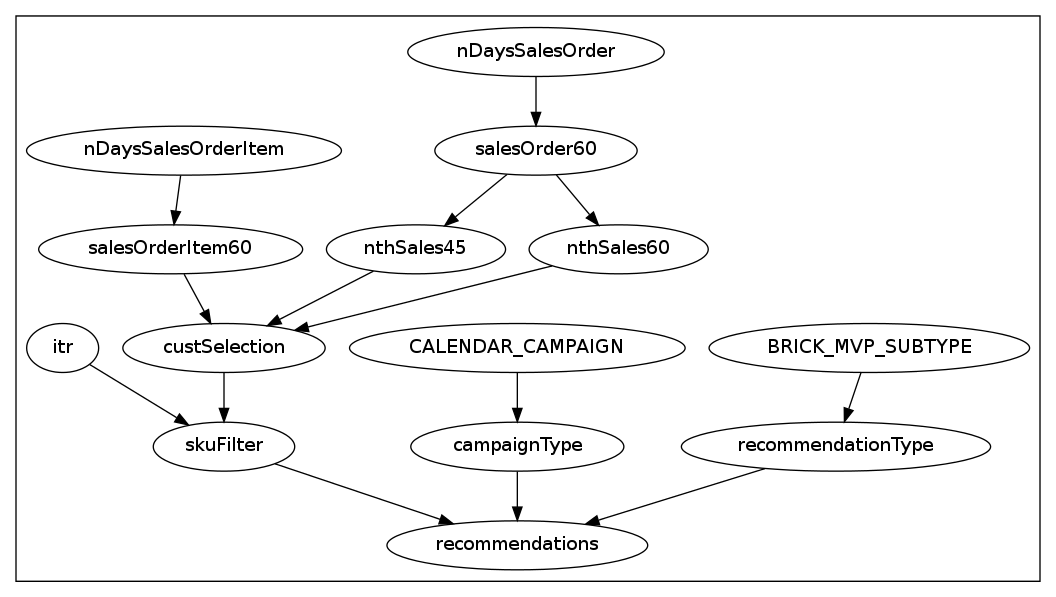
This is core/doc/campaigns/geoStyle/flow.png from kulashish/fashion_onto, a Graphviz export, as it was before one commit. Its source is kept beside it as core/doc/campaigns/geoStyle/flow.dot.
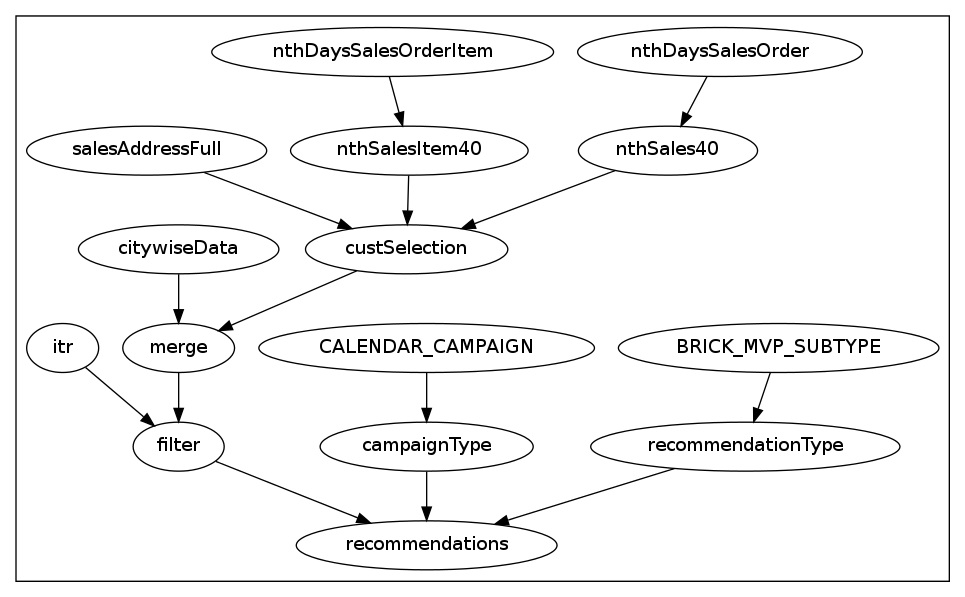
Later version of the same file.

Change to the diagram source:
```diff
@@ -3,20 +3,20 @@
           BRICK_MVP_SUBTYPE  -> recommendationType
           CALENDAR_CAMPAIGN -> campaignType
 
-          nDaysSalesOrder -> salesOrder60
-          nDaysSalesOrderItem ->  salesOrderItem60
+          nthDaysSalesOrder -> nthSales40
+          nthDaysSalesOrderItem ->  nthSalesItem40
 
-          salesOrder60 -> nthSales45
-          salesOrder60 -> nthSales60
+          nthSales40 ->  custSelection
+          nthSalesItem40 -> custSelection
+          salesAddressFull -> custSelection
 
-          nthSales45 ->  custSelection
-          nthSales60 -> custSelection
-          salesOrderItem60 -> custSelection
+          citywiseData -> merge
+          custSelection -> merge
 
-          custSelection -> skuFilter
-          itr -> skuFilter
+          merge -> filter
+          itr -> filter
 
-          skuFilter -> recommendations
+          filter -> recommendations
           recommendationType -> recommendations
           campaignType -> recommendations
 
```
